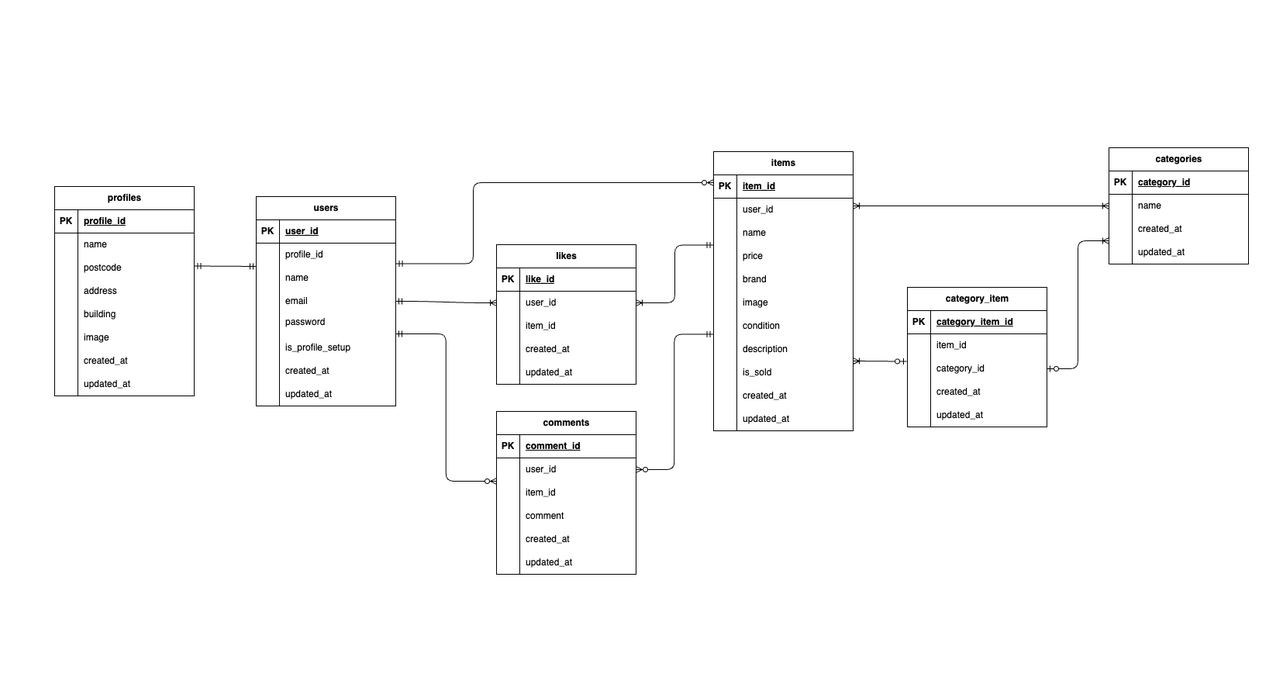
Before: img/ER図.png, a diagram exported from draw.io (umemoto-11/FleaMarket). Source tidied: cells renumbered, new cells last; positions are measured from the earlier drawing's top-left corner, leaving out a move shared by most shapes.
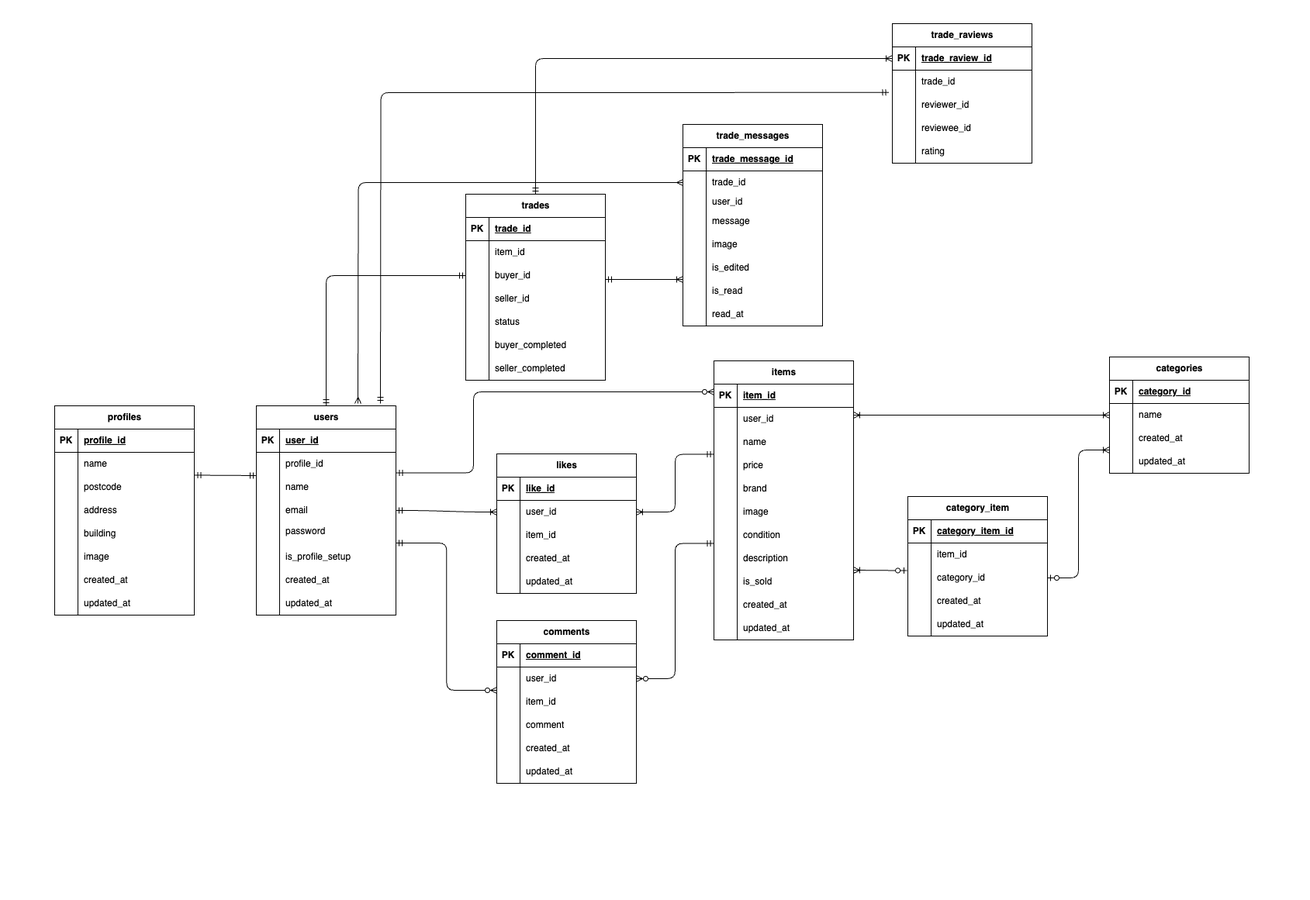
After the change.

Diff of the diagram source:
```diff
@@ -202,11 +202,11 @@
         <mxPoint x="1100" y="265" as="sourcePoint" />
       </mxGeometry>
     </mxCell>
-    <mxCell id="64" style="swimlane;startSize=0;strokeColor=#FFFFFF;" parent="1" vertex="1">
-      <mxGeometry width="10" height="10" as="geometry" />
+    <mxCell id="64" style="swimlane;startSize=10;strokeColor=#FFFFFF;" parent="1" vertex="1">
+      <mxGeometry y="-270" width="10" height="10" as="geometry" />
     </mxCell>
-    <mxCell id="65" style="swimlane;startSize=10;strokeColor=#FFFFFF;" parent="1" vertex="1">
-      <mxGeometry x="1644" width="10" height="10" as="geometry" />
+    <mxCell id="65" style="swimlane;startSize=10;strokeColor=#FFFFFF;" parent="1" vertex="1" collapsed="1">
+      <mxGeometry x="1644" y="-270" width="44" height="300" as="geometry" />
     </mxCell>
     <mxCell id="66" style="swimlane;startSize=0;strokeColor=#FFFFFF;" parent="1" vertex="1">
       <mxGeometry x="1644" y="880" width="10" height="10" as="geometry" />
@@ -339,7 +339,7 @@
       </mxGeometry>
     </mxCell>
     <mxCell id="105" value="profiles" style="shape=table;startSize=30;rowLines=0;fontStyle=1;align=center;html=1;" parent="1" vertex="1">
-      <mxGeometry x="70" y="240" width="180" height="270" as="geometry" />
+      <mxGeometry x="70" y="253" width="180" height="270" as="geometry" />
     </mxCell>
     <mxCell id="106" style="shape=tableRow;horizontal=0;startSize=0;swimlaneHead=0;swimlaneBody=0;fillColor=none;top=0;left=0;right=0;bottom=1;" parent="105" vertex="1">
       <mxGeometry y="30" width="180" height="30" as="geometry" />
@@ -515,5 +515,216 @@
     <mxCell id="163" value="&lt;span style=&quot;color: rgb(0, 0, 0);&quot;&gt;updated_at&lt;/span&gt;" style="shape=partialRectangle;fillColor=none;top=0;left=0;bottom=0;right=0;align=left;spacingLeft=6;overflow=hidden;whiteSpace=wrap;html=1;" parent="161" vertex="1">
       <mxGeometry x="30" width="150" height="30" as="geometry" />
     </mxCell>
+    <mxCell id="164" value="trade_messages" style="shape=table;startSize=30;rowLines=0;fontStyle=1;align=center;html=1;" parent="1" vertex="1">
+      <mxGeometry x="880" y="-110" width="180" height="260" as="geometry" />
+    </mxCell>
+    <mxCell id="165" style="shape=tableRow;horizontal=0;startSize=0;swimlaneHead=0;swimlaneBody=0;fillColor=none;top=0;left=0;right=0;bottom=1;" parent="164" vertex="1">
+      <mxGeometry y="30" width="180" height="30" as="geometry" />
+    </mxCell>
+    <mxCell id="166" value="PK" style="shape=partialRectangle;fillColor=none;top=0;left=0;bottom=0;right=0;fontStyle=1;overflow=hidden;whiteSpace=wrap;html=1;" parent="165" vertex="1">
+      <mxGeometry width="30" height="30" as="geometry" />
+    </mxCell>
+    <mxCell id="167" value="trade_message_id" style="shape=partialRectangle;fillColor=none;top=0;left=0;bottom=0;right=0;align=left;spacingLeft=6;fontStyle=5;overflow=hidden;whiteSpace=wrap;html=1;" parent="165" vertex="1">
+      <mxGeometry x="30" width="150" height="30" as="geometry" />
+    </mxCell>
+    <mxCell id="168" style="shape=tableRow;horizontal=0;startSize=0;swimlaneHead=0;swimlaneBody=0;fillColor=none;points=[[0,0.5],[1,0.5]];portConstraint=eastwest;top=0;left=0;right=0;bottom=0;" parent="164" vertex="1">
+      <mxGeometry y="60" width="180" height="30" as="geometry" />
+    </mxCell>
+    <mxCell id="169" style="shape=partialRectangle;fillColor=none;top=0;left=0;bottom=0;right=0;overflow=hidden;whiteSpace=wrap;html=1;" parent="168" vertex="1">
+      <mxGeometry width="30" height="30" as="geometry" />
+    </mxCell>
+    <mxCell id="170" value="trade_id" style="shape=partialRectangle;fillColor=none;top=0;left=0;bottom=0;right=0;align=left;spacingLeft=6;overflow=hidden;whiteSpace=wrap;html=1;" parent="168" vertex="1">
+      <mxGeometry x="30" width="150" height="30" as="geometry" />
+    </mxCell>
+    <mxCell id="171" style="shape=tableRow;horizontal=0;startSize=0;swimlaneHead=0;swimlaneBody=0;fillColor=none;top=0;left=0;right=0;bottom=0;" parent="164" vertex="1">
+      <mxGeometry y="90" width="180" height="20" as="geometry" />
+    </mxCell>
+    <mxCell id="172" style="shape=partialRectangle;fillColor=none;top=0;left=0;bottom=0;right=0;overflow=hidden;whiteSpace=wrap;html=1;" parent="171" vertex="1">
+      <mxGeometry width="30" height="20" as="geometry" />
+    </mxCell>
+    <mxCell id="173" value="user_id" style="shape=partialRectangle;fillColor=none;top=0;left=0;bottom=0;right=0;align=left;spacingLeft=6;overflow=hidden;whiteSpace=wrap;html=1;" parent="171" vertex="1">
+      <mxGeometry x="30" width="150" height="20" as="geometry" />
+    </mxCell>
+    <mxCell id="174" style="shape=tableRow;horizontal=0;startSize=0;swimlaneHead=0;swimlaneBody=0;fillColor=none;top=0;left=0;right=0;bottom=0;" parent="164" vertex="1">
+      <mxGeometry y="110" width="180" height="30" as="geometry" />
+    </mxCell>
+    <mxCell id="175" style="shape=partialRectangle;fillColor=none;top=0;left=0;bottom=0;right=0;overflow=hidden;whiteSpace=wrap;html=1;" parent="174" vertex="1">
+      <mxGeometry width="30" height="30" as="geometry" />
+    </mxCell>
+    <mxCell id="176" value="message" style="shape=partialRectangle;fillColor=none;top=0;left=0;bottom=0;right=0;align=left;spacingLeft=6;overflow=hidden;whiteSpace=wrap;html=1;" parent="174" vertex="1">
+      <mxGeometry x="30" width="150" height="30" as="geometry" />
+    </mxCell>
+    <mxCell id="177" style="shape=tableRow;horizontal=0;startSize=0;swimlaneHead=0;swimlaneBody=0;fillColor=none;top=0;left=0;right=0;bottom=0;" parent="164" vertex="1">
+      <mxGeometry y="140" width="180" height="30" as="geometry" />
+    </mxCell>
+    <mxCell id="178" style="shape=partialRectangle;fillColor=none;top=0;left=0;bottom=0;right=0;overflow=hidden;whiteSpace=wrap;html=1;" parent="177" vertex="1">
+      <mxGeometry width="30" height="30" as="geometry" />
+    </mxCell>
+    <mxCell id="179" value="image" style="shape=partialRectangle;fillColor=none;top=0;left=0;bottom=0;right=0;align=left;spacingLeft=6;overflow=hidden;whiteSpace=wrap;html=1;" parent="177" vertex="1">
+      <mxGeometry x="30" width="150" height="30" as="geometry" />
+    </mxCell>
+    <mxCell id="180" style="shape=tableRow;horizontal=0;startSize=0;swimlaneHead=0;swimlaneBody=0;fillColor=none;top=0;left=0;right=0;bottom=0;" parent="164" vertex="1">
+      <mxGeometry y="170" width="180" height="30" as="geometry" />
+    </mxCell>
+    <mxCell id="181" style="shape=partialRectangle;fillColor=none;top=0;left=0;bottom=0;right=0;overflow=hidden;whiteSpace=wrap;html=1;" parent="180" vertex="1">
+      <mxGeometry width="30" height="30" as="geometry" />
+    </mxCell>
+    <mxCell id="182" value="is_edited" style="shape=partialRectangle;fillColor=none;top=0;left=0;bottom=0;right=0;align=left;spacingLeft=6;overflow=hidden;whiteSpace=wrap;html=1;" parent="180" vertex="1">
+      <mxGeometry x="30" width="150" height="30" as="geometry" />
+    </mxCell>
+    <mxCell id="183" style="shape=tableRow;horizontal=0;startSize=0;swimlaneHead=0;swimlaneBody=0;fillColor=none;top=0;left=0;right=0;bottom=0;" parent="164" vertex="1">
+      <mxGeometry y="200" width="180" height="30" as="geometry" />
+    </mxCell>
+    <mxCell id="184" style="shape=partialRectangle;fillColor=none;top=0;left=0;bottom=0;right=0;overflow=hidden;whiteSpace=wrap;html=1;" parent="183" vertex="1">
+      <mxGeometry width="30" height="30" as="geometry" />
+    </mxCell>
+    <mxCell id="185" value="is_read" style="shape=partialRectangle;fillColor=none;top=0;left=0;bottom=0;right=0;align=left;spacingLeft=6;overflow=hidden;whiteSpace=wrap;html=1;" parent="183" vertex="1">
+      <mxGeometry x="30" width="150" height="30" as="geometry" />
+    </mxCell>
+    <mxCell id="186" style="shape=tableRow;horizontal=0;startSize=0;swimlaneHead=0;swimlaneBody=0;fillColor=none;top=0;left=0;right=0;bottom=0;" parent="164" vertex="1">
+      <mxGeometry y="230" width="180" height="30" as="geometry" />
+    </mxCell>
+    <mxCell id="187" style="shape=partialRectangle;fillColor=none;top=0;left=0;bottom=0;right=0;overflow=hidden;whiteSpace=wrap;html=1;" parent="186" vertex="1">
+      <mxGeometry width="30" height="30" as="geometry" />
+    </mxCell>
+    <mxCell id="188" value="read_at" style="shape=partialRectangle;fillColor=none;top=0;left=0;bottom=0;right=0;align=left;spacingLeft=6;overflow=hidden;whiteSpace=wrap;html=1;" parent="186" vertex="1">
+      <mxGeometry x="30" width="150" height="30" as="geometry" />
+    </mxCell>
+    <mxCell id="189" value="trade_raviews" style="shape=table;startSize=30;rowLines=0;fontStyle=1;align=center;html=1;" parent="1" vertex="1">
+      <mxGeometry x="1150" y="-240" width="180" height="180" as="geometry" />
+    </mxCell>
+    <mxCell id="190" style="shape=tableRow;horizontal=0;startSize=0;swimlaneHead=0;swimlaneBody=0;fillColor=none;points=[[0,0.5],[1,0.5]];portConstraint=eastwest;top=0;left=0;right=0;bottom=1;" parent="189" vertex="1">
+      <mxGeometry y="30" width="180" height="30" as="geometry" />
+    </mxCell>
+    <mxCell id="191" value="PK" style="shape=partialRectangle;fillColor=none;top=0;left=0;bottom=0;right=0;fontStyle=1;overflow=hidden;whiteSpace=wrap;html=1;" parent="190" vertex="1">
+      <mxGeometry width="30" height="30" as="geometry" />
+    </mxCell>
+    <mxCell id="192" value="trade_raview_id" style="shape=partialRectangle;fillColor=none;top=0;left=0;bottom=0;right=0;align=left;spacingLeft=6;fontStyle=5;overflow=hidden;whiteSpace=wrap;html=1;" parent="190" vertex="1">
+      <mxGeometry x="30" width="150" height="30" as="geometry" />
+    </mxCell>
+    <mxCell id="193" style="shape=tableRow;horizontal=0;startSize=0;swimlaneHead=0;swimlaneBody=0;fillColor=none;top=0;left=0;right=0;bottom=0;" parent="189" vertex="1">
+      <mxGeometry y="60" width="180" height="30" as="geometry" />
+    </mxCell>
+    <mxCell id="194" style="shape=partialRectangle;fillColor=none;top=0;left=0;bottom=0;right=0;overflow=hidden;whiteSpace=wrap;html=1;" parent="193" vertex="1">
+      <mxGeometry width="30" height="30" as="geometry" />
+    </mxCell>
+    <mxCell id="195" value="trade_id" style="shape=partialRectangle;fillColor=none;top=0;left=0;bottom=0;right=0;align=left;spacingLeft=6;overflow=hidden;whiteSpace=wrap;html=1;" parent="193" vertex="1">
+      <mxGeometry x="30" width="150" height="30" as="geometry" />
+    </mxCell>
+    <mxCell id="196" style="shape=tableRow;horizontal=0;startSize=0;swimlaneHead=0;swimlaneBody=0;fillColor=none;points=[[0,0.5],[1,0.5]];portConstraint=eastwest;top=0;left=0;right=0;bottom=0;" parent="189" vertex="1">
+      <mxGeometry y="90" width="180" height="30" as="geometry" />
+    </mxCell>
+    <mxCell id="197" style="shape=partialRectangle;fillColor=none;top=0;left=0;bottom=0;right=0;overflow=hidden;whiteSpace=wrap;html=1;" parent="196" vertex="1">
+      <mxGeometry width="30" height="30" as="geometry" />
+    </mxCell>
+    <mxCell id="198" value="reviewer_id" style="shape=partialRectangle;fillColor=none;top=0;left=0;bottom=0;right=0;align=left;spacingLeft=6;overflow=hidden;whiteSpace=wrap;html=1;" parent="196" vertex="1">
+      <mxGeometry x="30" width="150" height="30" as="geometry" />
+    </mxCell>
+    <mxCell id="199" style="shape=tableRow;horizontal=0;startSize=0;swimlaneHead=0;swimlaneBody=0;fillColor=none;top=0;left=0;right=0;bottom=0;" parent="189" vertex="1">
+      <mxGeometry y="120" width="180" height="30" as="geometry" />
+    </mxCell>
+    <mxCell id="200" style="shape=partialRectangle;fillColor=none;top=0;left=0;bottom=0;right=0;overflow=hidden;whiteSpace=wrap;html=1;" parent="199" vertex="1">
+      <mxGeometry width="30" height="30" as="geometry" />
+    </mxCell>
+    <mxCell id="201" value="reviewee_id" style="shape=partialRectangle;fillColor=none;top=0;left=0;bottom=0;right=0;align=left;spacingLeft=6;overflow=hidden;whiteSpace=wrap;html=1;" parent="199" vertex="1">
+      <mxGeometry x="30" width="150" height="30" as="geometry" />
+    </mxCell>
+    <mxCell id="202" style="shape=tableRow;horizontal=0;startSize=0;swimlaneHead=0;swimlaneBody=0;fillColor=none;top=0;left=0;right=0;bottom=0;" parent="189" vertex="1">
+      <mxGeometry y="150" width="180" height="30" as="geometry" />
+    </mxCell>
+    <mxCell id="203" style="shape=partialRectangle;fillColor=none;top=0;left=0;bottom=0;right=0;overflow=hidden;whiteSpace=wrap;html=1;" parent="202" vertex="1">
+      <mxGeometry width="30" height="30" as="geometry" />
+    </mxCell>
+    <mxCell id="204" value="rating" style="shape=partialRectangle;fillColor=none;top=0;left=0;bottom=0;right=0;align=left;spacingLeft=6;overflow=hidden;whiteSpace=wrap;html=1;" parent="202" vertex="1">
+      <mxGeometry x="30" width="150" height="30" as="geometry" />
+    </mxCell>
+    <mxCell id="205" value="trades" style="shape=table;startSize=30;rowLines=0;fontStyle=1;align=center;html=1;" parent="1" vertex="1">
+      <mxGeometry x="600" y="-20" width="180" height="240" as="geometry" />
+    </mxCell>
+    <mxCell id="206" style="shape=tableRow;horizontal=0;startSize=0;swimlaneHead=0;swimlaneBody=0;fillColor=none;top=0;left=0;right=0;bottom=1;" parent="205" vertex="1">
+      <mxGeometry y="30" width="180" height="30" as="geometry" />
+    </mxCell>
+    <mxCell id="207" value="PK" style="shape=partialRectangle;fillColor=none;top=0;left=0;bottom=0;right=0;fontStyle=1;overflow=hidden;whiteSpace=wrap;html=1;" parent="206" vertex="1">
+      <mxGeometry width="30" height="30" as="geometry" />
+    </mxCell>
+    <mxCell id="208" value="trade_id" style="shape=partialRectangle;fillColor=none;top=0;left=0;bottom=0;right=0;align=left;spacingLeft=6;fontStyle=5;overflow=hidden;whiteSpace=wrap;html=1;" parent="206" vertex="1">
+      <mxGeometry x="30" width="150" height="30" as="geometry" />
+    </mxCell>
+    <mxCell id="209" style="shape=tableRow;horizontal=0;startSize=0;swimlaneHead=0;swimlaneBody=0;fillColor=none;top=0;left=0;right=0;bottom=0;" parent="205" vertex="1">
+      <mxGeometry y="60" width="180" height="30" as="geometry" />
+    </mxCell>
+    <mxCell id="210" style="shape=partialRectangle;fillColor=none;top=0;left=0;bottom=0;right=0;overflow=hidden;whiteSpace=wrap;html=1;" parent="209" vertex="1">
+      <mxGeometry width="30" height="30" as="geometry" />
+    </mxCell>
+    <mxCell id="211" value="item_id" style="shape=partialRectangle;fillColor=none;top=0;left=0;bottom=0;right=0;align=left;spacingLeft=6;overflow=hidden;whiteSpace=wrap;html=1;" parent="209" vertex="1">
+      <mxGeometry x="30" width="150" height="30" as="geometry" />
+    </mxCell>
+    <mxCell id="212" style="shape=tableRow;horizontal=0;startSize=0;swimlaneHead=0;swimlaneBody=0;fillColor=none;points=[[0,0.5],[1,0.5]];portConstraint=eastwest;top=0;left=0;right=0;bottom=0;" parent="205" vertex="1">
+      <mxGeometry y="90" width="180" height="30" as="geometry" />
+    </mxCell>
+    <mxCell id="213" style="shape=partialRectangle;fillColor=none;top=0;left=0;bottom=0;right=0;overflow=hidden;whiteSpace=wrap;html=1;" parent="212" vertex="1">
+      <mxGeometry width="30" height="30" as="geometry" />
+    </mxCell>
+    <mxCell id="214" value="buyer_id" style="shape=partialRectangle;fillColor=none;top=0;left=0;bottom=0;right=0;align=left;spacingLeft=6;overflow=hidden;whiteSpace=wrap;html=1;" parent="212" vertex="1">
+      <mxGeometry x="30" width="150" height="30" as="geometry" />
+    </mxCell>
+    <mxCell id="215" style="shape=tableRow;horizontal=0;startSize=0;swimlaneHead=0;swimlaneBody=0;fillColor=none;top=0;left=0;right=0;bottom=0;" parent="205" vertex="1">
+      <mxGeometry y="120" width="180" height="30" as="geometry" />
+    </mxCell>
+    <mxCell id="216" style="shape=partialRectangle;fillColor=none;top=0;left=0;bottom=0;right=0;overflow=hidden;whiteSpace=wrap;html=1;" parent="215" vertex="1">
+      <mxGeometry width="30" height="30" as="geometry" />
+    </mxCell>
+    <mxCell id="217" value="seller_id" style="shape=partialRectangle;fillColor=none;top=0;left=0;bottom=0;right=0;align=left;spacingLeft=6;overflow=hidden;whiteSpace=wrap;html=1;" parent="215" vertex="1">
+      <mxGeometry x="30" width="150" height="30" as="geometry" />
+    </mxCell>
+    <mxCell id="218" style="shape=tableRow;horizontal=0;startSize=0;swimlaneHead=0;swimlaneBody=0;fillColor=none;top=0;left=0;right=0;bottom=0;" parent="205" vertex="1">
+      <mxGeometry y="150" width="180" height="30" as="geometry" />
+    </mxCell>
+    <mxCell id="219" style="shape=partialRectangle;fillColor=none;top=0;left=0;bottom=0;right=0;overflow=hidden;whiteSpace=wrap;html=1;" parent="218" vertex="1">
+      <mxGeometry width="30" height="30" as="geometry" />
+    </mxCell>
+    <mxCell id="220" value="status" style="shape=partialRectangle;fillColor=none;top=0;left=0;bottom=0;right=0;align=left;spacingLeft=6;overflow=hidden;whiteSpace=wrap;html=1;" parent="218" vertex="1">
+      <mxGeometry x="30" width="150" height="30" as="geometry" />
+    </mxCell>
+    <mxCell id="221" style="shape=tableRow;horizontal=0;startSize=0;swimlaneHead=0;swimlaneBody=0;fillColor=none;top=0;left=0;right=0;bottom=0;" parent="205" vertex="1">
+      <mxGeometry y="180" width="180" height="30" as="geometry" />
+    </mxCell>
+    <mxCell id="222" style="shape=partialRectangle;fillColor=none;top=0;left=0;bottom=0;right=0;overflow=hidden;whiteSpace=wrap;html=1;" parent="221" vertex="1">
+      <mxGeometry width="30" height="30" as="geometry" />
+    </mxCell>
+    <mxCell id="223" value="buyer_completed" style="shape=partialRectangle;fillColor=none;top=0;left=0;bottom=0;right=0;align=left;spacingLeft=6;overflow=hidden;whiteSpace=wrap;html=1;" parent="221" vertex="1">
+      <mxGeometry x="30" width="150" height="30" as="geometry" />
+    </mxCell>
+    <mxCell id="224" style="shape=tableRow;horizontal=0;startSize=0;swimlaneHead=0;swimlaneBody=0;fillColor=none;top=0;left=0;right=0;bottom=0;" parent="205" vertex="1">
+      <mxGeometry y="210" width="180" height="30" as="geometry" />
+    </mxCell>
+    <mxCell id="225" style="shape=partialRectangle;fillColor=none;top=0;left=0;bottom=0;right=0;overflow=hidden;whiteSpace=wrap;html=1;" parent="224" vertex="1">
+      <mxGeometry width="30" height="30" as="geometry" />
+    </mxCell>
+    <mxCell id="226" value="seller_completed" style="shape=partialRectangle;fillColor=none;top=0;left=0;bottom=0;right=0;align=left;spacingLeft=6;overflow=hidden;whiteSpace=wrap;html=1;" parent="224" vertex="1">
+      <mxGeometry x="30" width="150" height="30" as="geometry" />
+    </mxCell>
+    <mxCell id="227" style="edgeStyle=orthogonalEdgeStyle;fontSize=12;html=1;endArrow=ERmandOne;startArrow=ERmandOne;exitX=0.5;exitY=0;exitDx=0;exitDy=0;entryX=0;entryY=0.5;entryDx=0;entryDy=0;" parent="1" edge="1" source="2" target="212">
+      <mxGeometry relative="1" as="geometry" />
+    </mxCell>
+    <mxCell id="228" style="edgeStyle=orthogonalEdgeStyle;fontSize=12;html=1;endArrow=ERmany;startArrow=ERmany;entryX=0;entryY=0.5;entryDx=0;entryDy=0;" parent="1" edge="1" target="168">
+      <mxGeometry relative="1" as="geometry">
+        <mxPoint x="461" y="250" as="sourcePoint" />
+      </mxGeometry>
+    </mxCell>
+    <mxCell id="229" style="edgeStyle=orthogonalEdgeStyle;fontSize=12;html=1;endArrow=ERmandOne;startArrow=ERmandOne;entryX=-0.025;entryY=-0.038;entryDx=0;entryDy=0;entryPerimeter=0;" parent="1" edge="1" target="196">
+      <mxGeometry relative="1" as="geometry">
+        <mxPoint x="490" y="250" as="sourcePoint" />
+      </mxGeometry>
+    </mxCell>
+    <mxCell id="230" style="fontSize=12;html=1;endArrow=ERoneToMany;startArrow=ERmandOne;" parent="1" edge="1">
+      <mxGeometry relative="1" as="geometry">
+        <mxPoint x="780" y="90" as="sourcePoint" />
+        <mxPoint x="880" y="90" as="targetPoint" />
+      </mxGeometry>
+    </mxCell>
+    <mxCell id="231" style="edgeStyle=orthogonalEdgeStyle;fontSize=12;html=1;endArrow=ERoneToMany;startArrow=ERmandOne;exitX=0.5;exitY=0;exitDx=0;exitDy=0;entryX=0;entryY=0.5;entryDx=0;entryDy=0;" parent="1" edge="1" source="205" target="190">
+      <mxGeometry relative="1" as="geometry" />
+    </mxCell>
   </root>
 </mxGraphModel>
```
